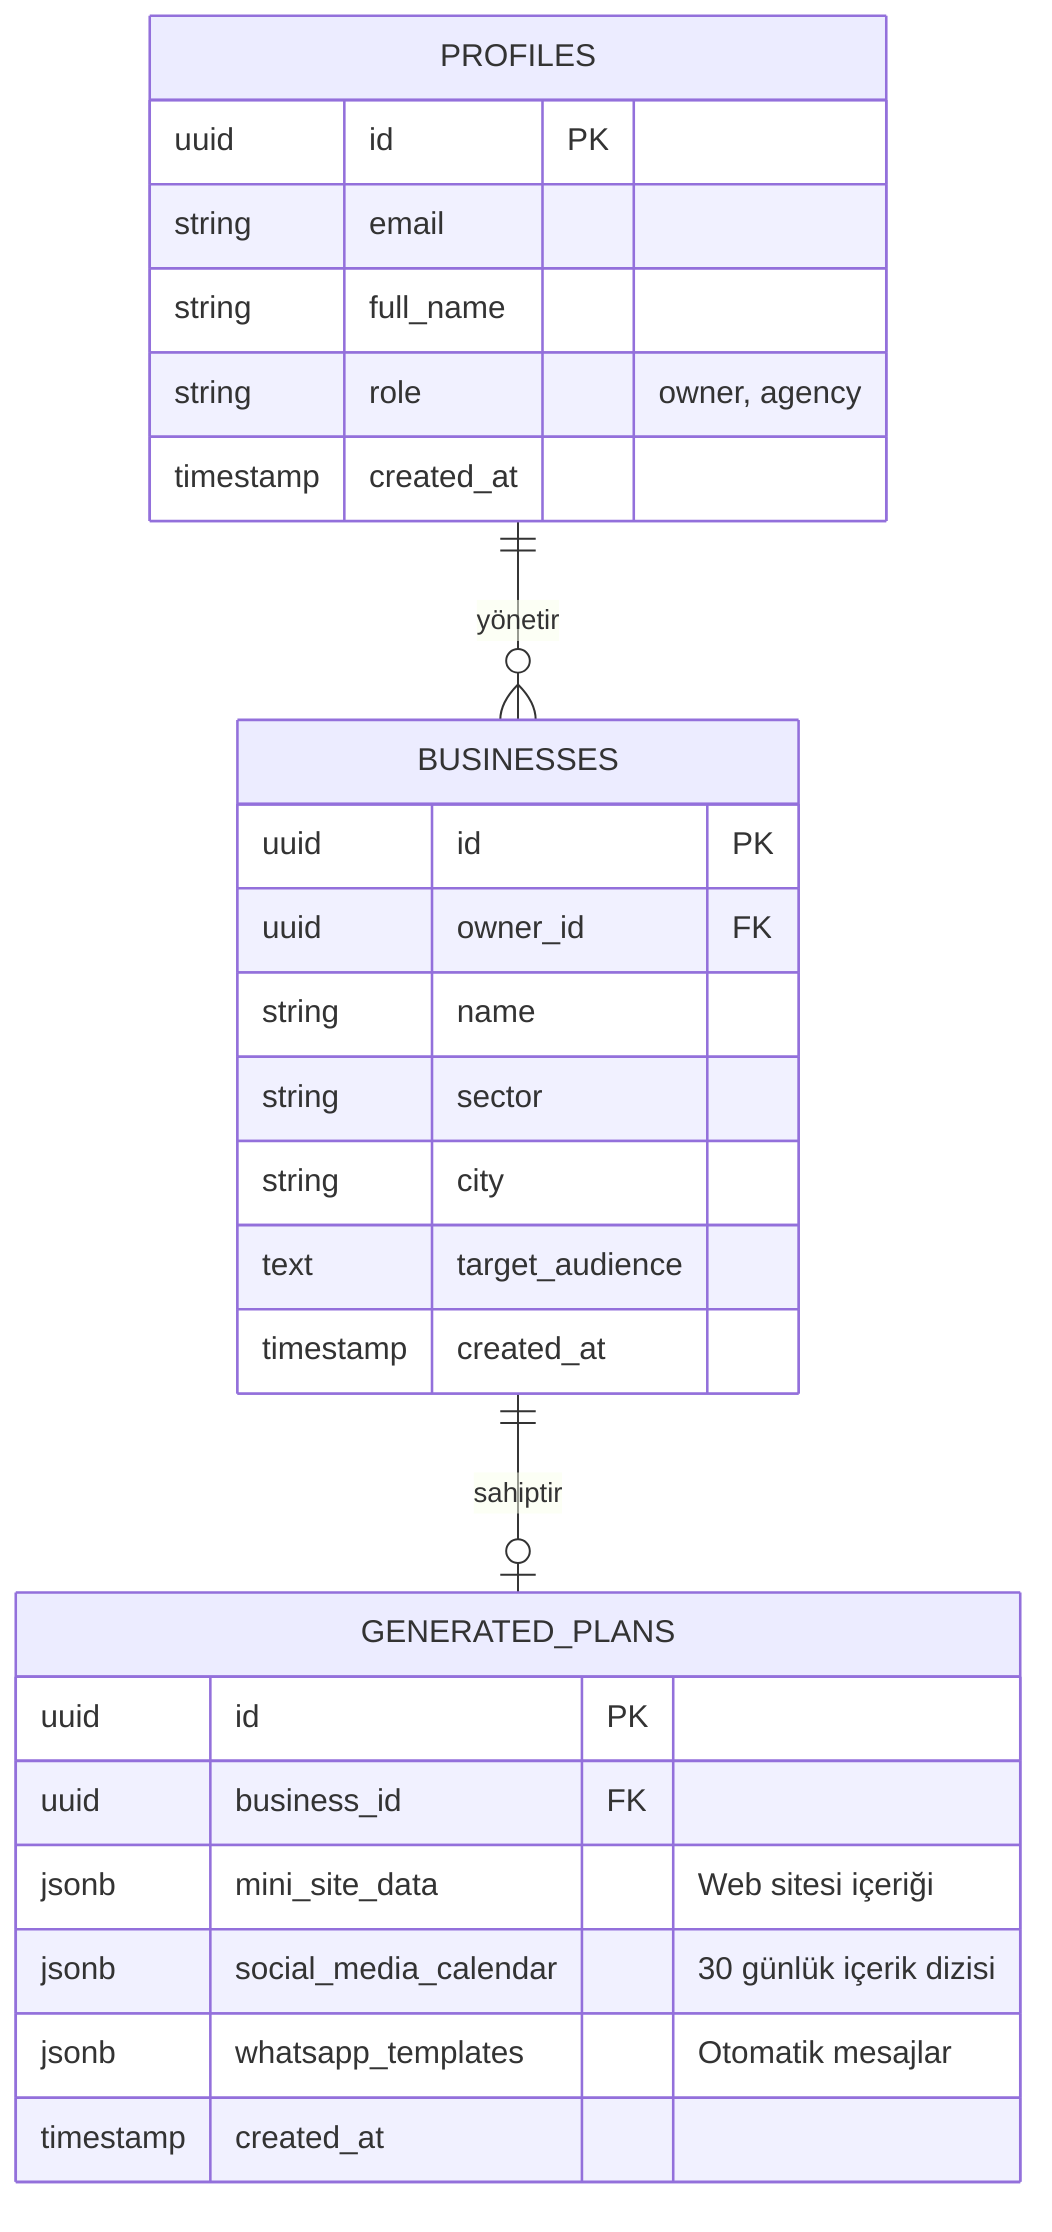
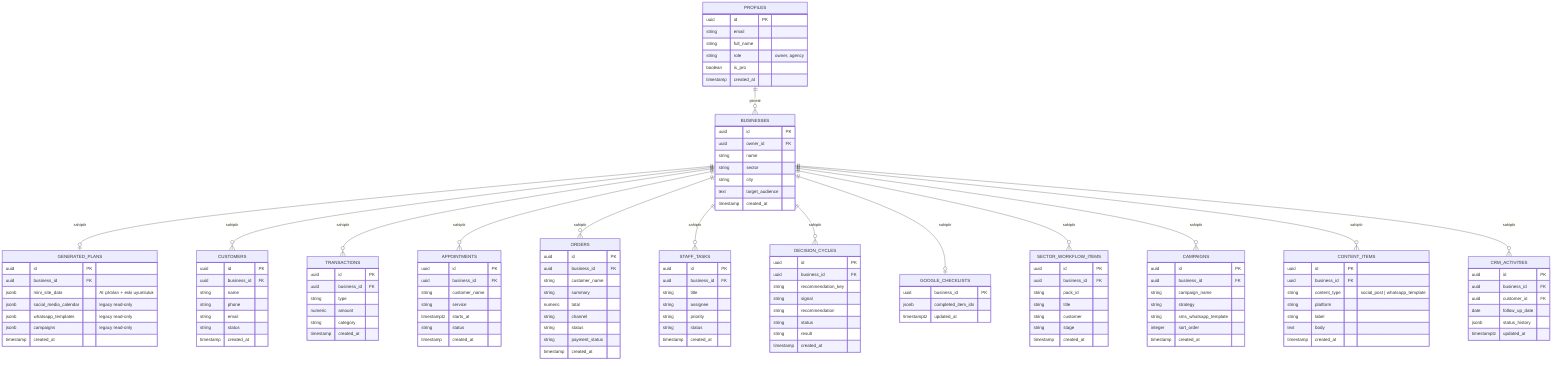
erDiagram
    PROFILES ||--o{ BUSINESSES : "yönetir"
    BUSINESSES ||--o| GENERATED_PLANS : "sahiptir"
+     BUSINESSES ||--o{ CUSTOMERS : "sahiptir"
+     BUSINESSES ||--o{ TRANSACTIONS : "sahiptir"
+     BUSINESSES ||--o{ APPOINTMENTS : "sahiptir"
+     BUSINESSES ||--o{ ORDERS : "sahiptir"
+     BUSINESSES ||--o{ STAFF_TASKS : "sahiptir"
+     BUSINESSES ||--o{ DECISION_CYCLES : "sahiptir"
+     BUSINESSES ||--o| GOOGLE_CHECKLISTS : "sahiptir"
+     BUSINESSES ||--o{ SECTOR_WORKFLOW_ITEMS : "sahiptir"
+     BUSINESSES ||--o{ CAMPAIGNS : "sahiptir"
+     BUSINESSES ||--o{ CONTENT_ITEMS : "sahiptir"
+     BUSINESSES ||--o{ CRM_ACTIVITIES : "sahiptir"

    PROFILES {
        uuid id PK
        string email
        string full_name
        string role "owner, agency"
+         boolean is_pro
        timestamp created_at
    }

    BUSINESSES {
        uuid id PK
        uuid owner_id FK
        string name
        string sector
        string city
        text target_audience
        timestamp created_at
    }

    GENERATED_PLANS {
        uuid id PK
        uuid business_id FK
-         jsonb mini_site_data "Web sitesi içeriği"
-         jsonb social_media_calendar "30 günlük içerik dizisi"
-         jsonb whatsapp_templates "Otomatik mesajlar"
+         jsonb mini_site_data "AI çıktıları + eski uyumluluk"
+         jsonb social_media_calendar "legacy read-only"
+         jsonb whatsapp_templates "legacy read-only"
+         jsonb campaigns "legacy read-only"
        timestamp created_at
+     }
+ 
+     CUSTOMERS {
+         uuid id PK
+         uuid business_id FK
+         string name
+         string phone
+         string email
+         string status
+         timestamp created_at
+     }
+ 
+     TRANSACTIONS {
+         uuid id PK
+         uuid business_id FK
+         string type
+         numeric amount
+         string category
+         timestamp created_at
+     }
+ 
+     APPOINTMENTS {
+         uuid id PK
+         uuid business_id FK
+         string customer_name
+         string service
+         timestamptz starts_at
+         string status
+         timestamp created_at
+     }
+ 
+     ORDERS {
+         uuid id PK
+         uuid business_id FK
+         string customer_name
+         string summary
+         numeric total
+         string channel
+         string status
+         string payment_status
+         timestamp created_at
+     }
+ 
+     STAFF_TASKS {
+         uuid id PK
+         uuid business_id FK
+         string title
+         string assignee
+         string priority
+         string status
+         timestamp created_at
+     }
+ 
+     DECISION_CYCLES {
+         uuid id PK
+         uuid business_id FK
+         string recommendation_key
+         string signal
+         string recommendation
+         string status
+         string result
+         timestamp created_at
+     }
+ 
+     GOOGLE_CHECKLISTS {
+         uuid business_id PK
+         jsonb completed_item_ids
+         timestamptz updated_at
+     }
+ 
+     SECTOR_WORKFLOW_ITEMS {
+         uuid id PK
+         uuid business_id FK
+         string pack_id
+         string title
+         string customer
+         string stage
+         timestamp created_at
+     }
+ 
+     CAMPAIGNS {
+         uuid id PK
+         uuid business_id FK
+         string campaign_name
+         string strategy
+         string sms_whatsapp_template
+         integer sort_order
+         timestamp created_at
+     }
+ 
+     CONTENT_ITEMS {
+         uuid id PK
+         uuid business_id FK
+         string content_type "social_post | whatsapp_template"
+         string platform
+         string label
+         text body
+         timestamp created_at
+     }
+ 
+     CRM_ACTIVITIES {
+         uuid id PK
+         uuid business_id FK
+         uuid customer_id FK
+         date follow_up_date
+         jsonb status_history
+         timestamptz updated_at
    }